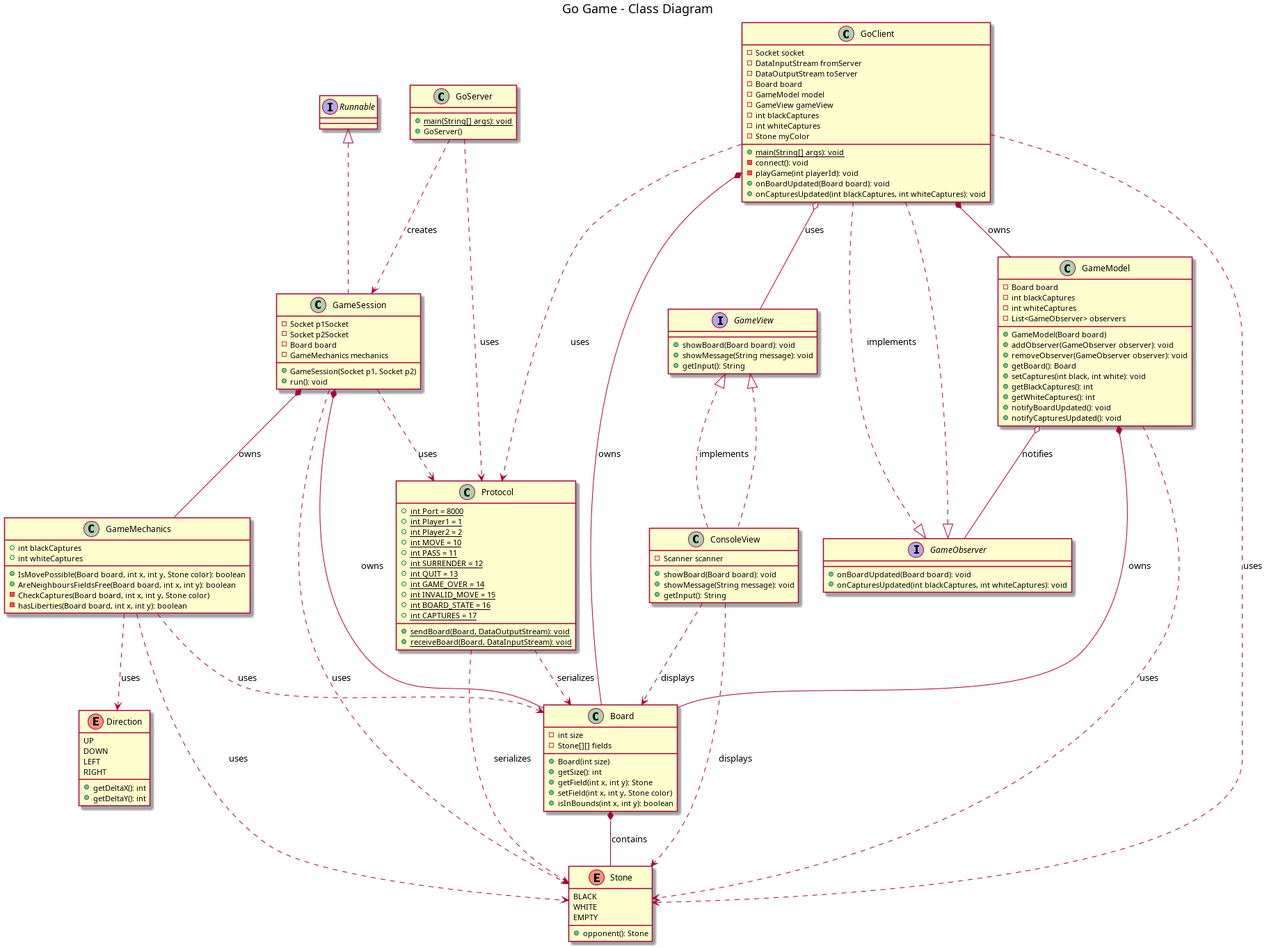
Before: tp4/uml/class-diagram.png, a diagram exported from PlantUML (QbaRet/TP4). Its source is kept beside it as tp4/uml/class-diagram.puml.
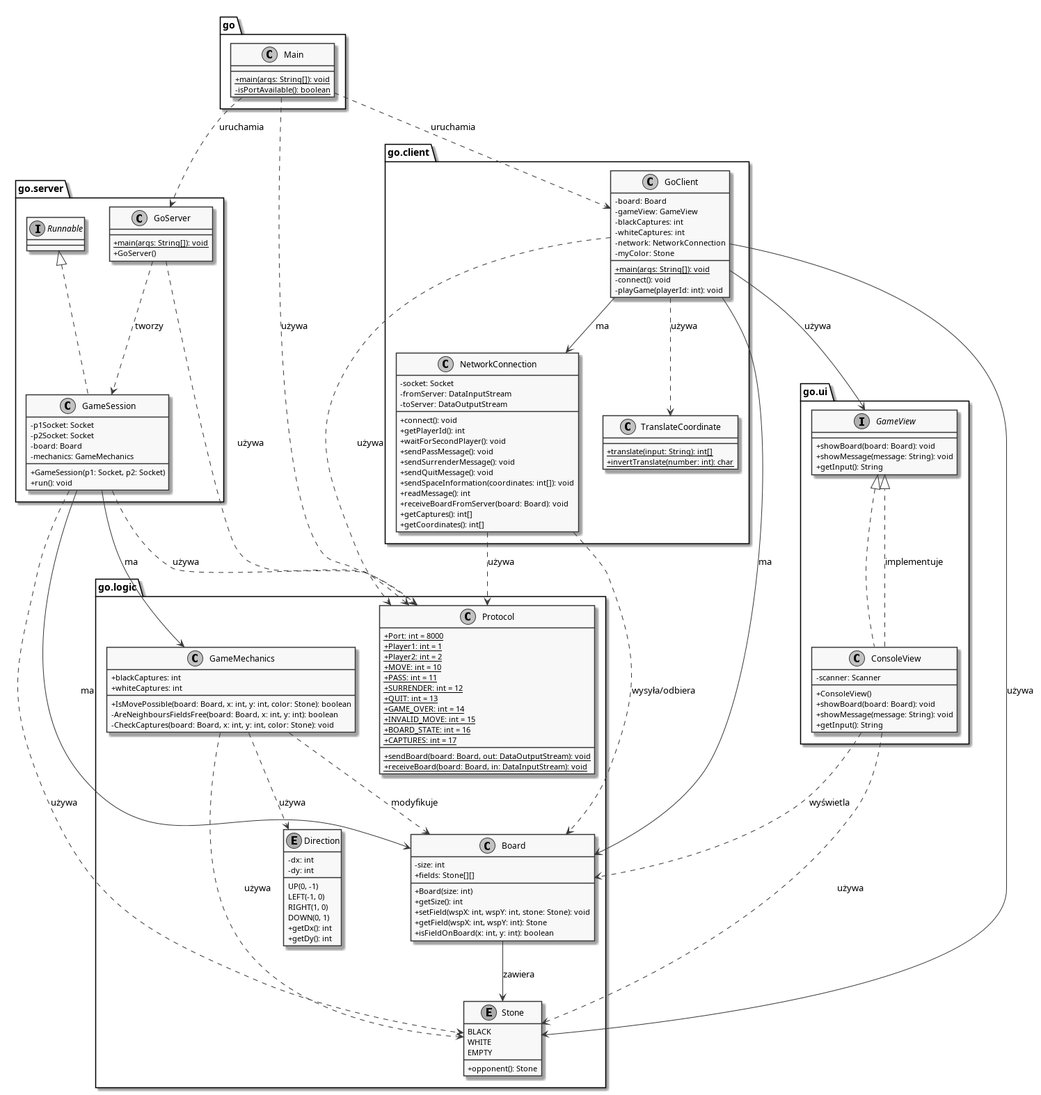
Later version of the same file.

The edit, as a diff of the source:
```diff
@@ -1,151 +1,167 @@
-@startuml class-diagram
-title Go Game - Class Diagram
+@startuml
 
-enum Stone {
-  BLACK
-  WHITE
-  EMPTY
-  + opponent(): Stone
+skinparam classAttributeIconSize 0
+skinparam monochrome true
+
+package "go" {
+    class Main {
+        + {static} main(args: String[]): void
+        - {static} isPortAvailable(): boolean
+    }
 }
 
-enum Direction {
-  UP
-  DOWN
-  LEFT
-  RIGHT
-  + getDeltaX(): int
-  + getDeltaY(): int
+package "go.client" {
+    class GoClient {
+        - board: Board
+        - gameView: GameView
+        - blackCaptures: int
+        - whiteCaptures: int
+        - network: NetworkConnection
+        - myColor: Stone
+        + {static} main(args: String[]): void
+        - connect(): void
+        - playGame(playerId: int): void
+    }
+
+    class NetworkConnection {
+        - socket: Socket
+        - fromServer: DataInputStream
+        - toServer: DataOutputStream
+        + connect(): void
+        + getPlayerId(): int
+        + waitForSecondPlayer(): void
+        + sendPassMessage(): void
+        + sendSurrenderMessage(): void
+        + sendQuitMessage(): void
+        + sendSpaceInformation(coordinates: int[]): void
+        + readMessage(): int
+        + receiveBoardFromServer(board: Board): void
+        + getCaptures(): int[]
+        + getCoordinates(): int[]
+    }
+
+    class TranslateCoordinate {
+        + {static} translate(input: String): int[]
+        + {static} invertTranslate(number: int): char
+    }
 }
 
-class Board {
-  - int size
-  - Stone[][] fields
-  + Board(int size)
-  + getSize(): int
-  + getField(int x, int y): Stone
-  + setField(int x, int y, Stone color)
-  + isInBounds(int x, int y): boolean
+package "go.server" {
+    class GoServer {
+        + {static} main(args: String[]): void
+        + GoServer()
+    }
+
+    class GameSession implements Runnable {
+        - p1Socket: Socket
+        - p2Socket: Socket
+        - board: Board
+        - mechanics: GameMechanics
+        + GameSession(p1: Socket, p2: Socket)
+        + run(): void
+    }
 }
 
-class GameMechanics {
-  + int blackCaptures
-  + int whiteCaptures
-  + IsMovePossible(Board board, int x, int y, Stone color): boolean
-  + AreNeighboursFieldsFree(Board board, int x, int y): boolean
-  - CheckCaptures(Board board, int x, int y, Stone color)
-  - hasLiberties(Board board, int x, int y): boolean
+package "go.logic" {
+    class Board {
+        - size: int
+        + fields: Stone[][]
+        + Board(size: int)
+        + getSize(): int
+        + setField(wspX: int, wspY: int, stone: Stone): void
+        + getField(wspX: int, wspY: int): Stone
+        + isFieldOnBoard(x: int, y: int): boolean
+    }
+
+    class GameMechanics {
+        + blackCaptures: int
+        + whiteCaptures: int
+        + IsMovePossible(board: Board, x: int, y: int, color: Stone): boolean
+        - AreNeighboursFieldsFree(board: Board, x: int, y: int): boolean
+        - CheckCaptures(board: Board, x: int, y: int, color: Stone): void
+    }
+
+    class Protocol {
+        + {static} Port: int = 8000
+        + {static} Player1: int = 1
+        + {static} Player2: int = 2
+        + {static} MOVE: int = 10
+        + {static} PASS: int = 11
+        + {static} SURRENDER: int = 12
+        + {static} QUIT: int = 13
+        + {static} GAME_OVER: int = 14
+        + {static} INVALID_MOVE: int = 15
+        + {static} BOARD_STATE: int = 16
+        + {static} CAPTURES: int = 17
+        + {static} sendBoard(board: Board, out: DataOutputStream): void
+        + {static} receiveBoard(board: Board, in: DataInputStream): void
+    }
+
+    enum Stone {
+        BLACK
+        WHITE
+        EMPTY
+        + opponent(): Stone
+    }
+
+    enum Direction {
+        UP(0, -1)
+        LEFT(-1, 0)
+        RIGHT(1, 0)
+        DOWN(0, 1)
+        - dx: int
+        - dy: int
+        + getDx(): int
+        + getDy(): int
+    }
 }
 
-class Protocol {
-  + {static} int Port = 8000
-  + {static} int Player1 = 1
-  + {static} int Player2 = 2
-  + {static} int MOVE = 10
-  + {static} int PASS = 11
-  + {static} int SURRENDER = 12
-  + {static} int QUIT = 13
-  + {static} int GAME_OVER = 14
-  + {static} int INVALID_MOVE = 15
-  + {static} int BOARD_STATE = 16
-  + {static} int CAPTURES = 17
-  + {static} sendBoard(Board, DataOutputStream): void
-  + {static} receiveBoard(Board, DataInputStream): void
+package "go.ui" {
+    interface GameView {
+        + showBoard(board: Board): void
+        + showMessage(message: String): void
+        + getInput(): String
+    }
+
+    class ConsoleView implements GameView {
+        - scanner: Scanner
+        + ConsoleView()
+        + showBoard(board: Board): void
+        + showMessage(message: String): void
+        + getInput(): String
+    }
 }
 
-interface GameObserver {
-  + onBoardUpdated(Board board): void
-  + onCapturesUpdated(int blackCaptures, int whiteCaptures): void
-}
+Main ..> GoServer : uruchamia
+Main ..> GoClient : uruchamia
+Main ..> Protocol : używa
 
-class GameModel {
-  - Board board
-  - int blackCaptures
-  - int whiteCaptures
-  - List<GameObserver> observers
-  + GameModel(Board board)
-  + addObserver(GameObserver observer): void
-  + removeObserver(GameObserver observer): void
-  + getBoard(): Board
-  + setCaptures(int black, int white): void
-  + getBlackCaptures(): int
-  + getWhiteCaptures(): int
-  + notifyBoardUpdated(): void
-  + notifyCapturesUpdated(): void
-}
+GoClient --> Board : ma
+GoClient --> GameView : używa
+GoClient --> NetworkConnection : ma
+GoClient --> Stone : używa
+GoClient ..> TranslateCoordinate : używa
+GoClient ..> Protocol : używa
 
-class GoServer {
-  + {static} main(String[] args): void
-  + GoServer()
-}
+NetworkConnection ..> Protocol : używa
+NetworkConnection ..> Board : wysyła/odbiera
 
-class GameSession implements Runnable {
-  - Socket p1Socket
-  - Socket p2Socket
-  - Board board
-  - GameMechanics mechanics
-  + GameSession(Socket p1, Socket p2)
-  + run(): void
-}
+GoServer ..> GameSession : tworzy
+GoServer ..> Protocol : używa
 
-class GoClient implements GameObserver {
-  - Socket socket
-  - DataInputStream fromServer
-  - DataOutputStream toServer
-  - Board board
-  - GameModel model
-  - GameView gameView
-  - int blackCaptures
-  - int whiteCaptures
-  - Stone myColor
-  + {static} main(String[] args): void
-  - connect(): void
-  - playGame(int playerId): void
-  + onBoardUpdated(Board board): void
-  + onCapturesUpdated(int blackCaptures, int whiteCaptures): void
-}
+GameSession --> Board : ma
+GameSession --> GameMechanics : ma
+GameSession ..> Protocol : używa
+GameSession ..> Stone : używa
 
-interface GameView {
-  + showBoard(Board board): void
-  + showMessage(String message): void
-  + getInput(): String
-}
+GameMechanics ..> Board : modyfikuje
+GameMechanics ..> Stone : używa
+GameMechanics ..> Direction : używa
 
-class ConsoleView implements GameView {
-  - Scanner scanner
-  + showBoard(Board board): void
-  + showMessage(String message): void
-  + getInput(): String
-}
+Board --> Stone : zawiera
 
-Board *-- Stone : contains
-GameMechanics ..> Board : uses
-GameMechanics ..> Stone : uses
-GameMechanics ..> Direction : uses
-
-GameSession *-- Board : owns
-GameSession *-- GameMechanics : owns
-GameSession ..> Protocol : uses
-GameSession ..> Stone : uses
-
-GoServer ..> GameSession : creates
-GoServer ..> Protocol : uses
-
-GoClient *-- Board : owns
-GoClient *-- GameModel : owns
-GoClient o-- GameView : uses
-GoClient ..> Protocol : uses
-GoClient ..> Stone : uses
-GoClient ..|> GameObserver : implements
-
-GameModel *-- Board : owns
-GameModel o-- GameObserver : notifies
-GameModel ..> Stone : uses
-
-ConsoleView ..|> GameView : implements
-ConsoleView ..> Board : displays
-ConsoleView ..> Stone : displays
-
-Protocol ..> Board : serializes
-Protocol ..> Stone : serializes
+ConsoleView ..|> GameView : implementuje
+ConsoleView ..> Board : wyświetla
+ConsoleView ..> Stone : używa
 
 @enduml
```
